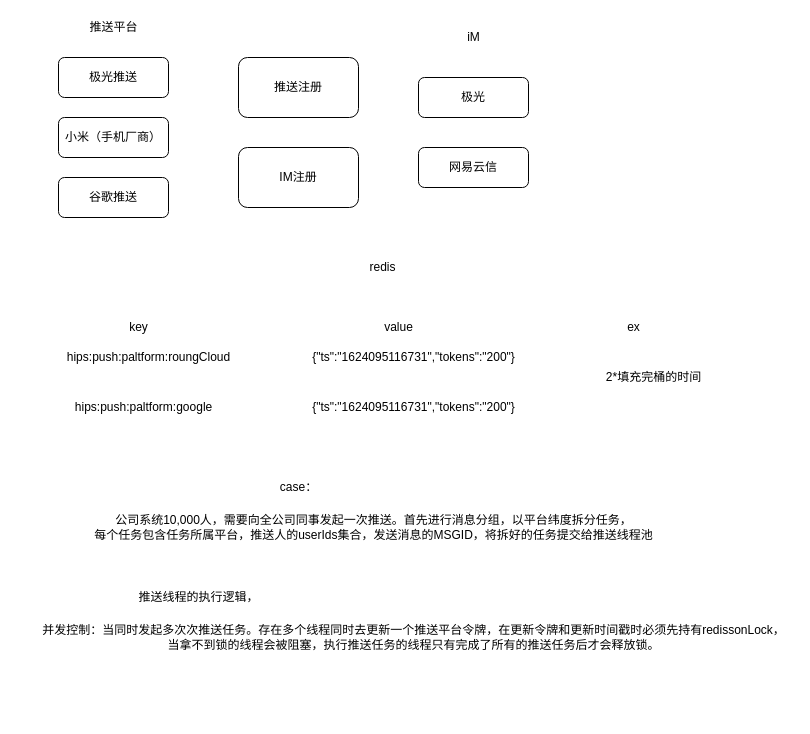
Before: page "推送限流器设计" (2 of 3) of packageQueue.drawio in eru97/draw-io, a draw.io diagram. Source tidied: cells renumbered, new cells numbered last; positions are measured from the earlier drawing's top-left corner, leaving out a move shared by most shapes. Both pictures are drawn from the tidied source at 100%, with x=0, y=0 at pixel (33, 17).
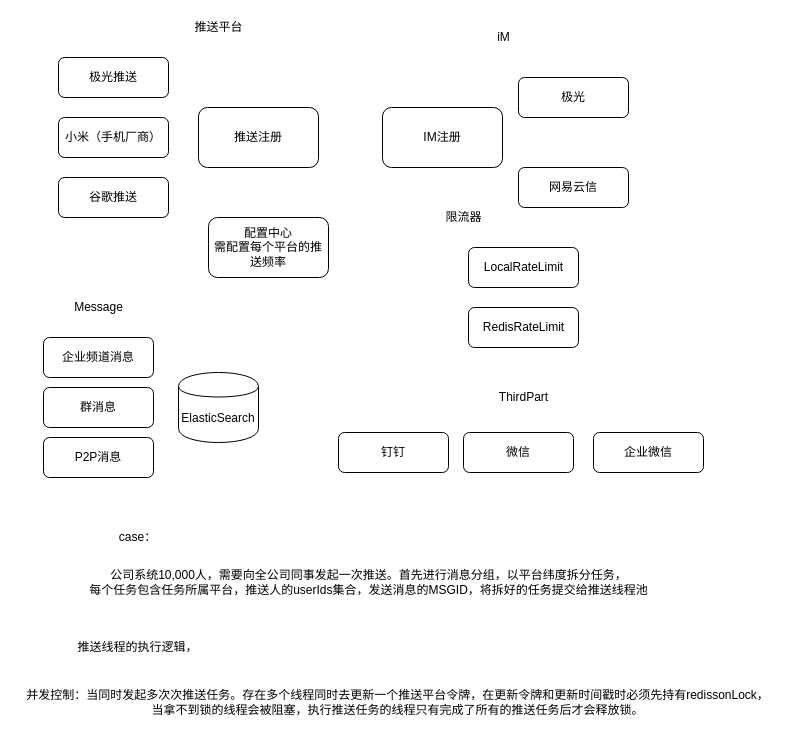
The same page after the edit.

Diff of the diagram source:
```diff
@@
+    <mxCell id="24" style="rounded=1;whiteSpace=wrap;html=1;" parent="1" vertex="1">
+      <mxGeometry x="435" y="290" width="110" height="40" as="geometry" />
+    </mxCell>
@@
     <mxCell id="5" value="推送平台" style="text;html=1;align=center;verticalAlign=middle;strokeColor=none;" parent="1" vertex="1">
-      <mxGeometry x="50" width="60" height="20" as="geometry" />
+      <mxGeometry x="155" width="60" height="20" as="geometry" />
     </mxCell>
     <mxCell id="6" value="推送注册" style="rounded=1;whiteSpace=wrap;html=1;" parent="1" vertex="1">
-      <mxGeometry x="205" y="40" width="120" height="60" as="geometry" />
+      <mxGeometry x="165" y="90" width="120" height="60" as="geometry" />
     </mxCell>
     <mxCell id="7" value="IM注册" style="rounded=1;whiteSpace=wrap;html=1;" parent="1" vertex="1">
-      <mxGeometry x="205" y="130" width="120" height="60" as="geometry" />
+      <mxGeometry x="349" y="90" width="120" height="60" as="geometry" />
     </mxCell>
     <mxCell id="8" value="极光" style="rounded=1;whiteSpace=wrap;html=1;" parent="1" vertex="1">
-      <mxGeometry x="385" y="60" width="110" height="40" as="geometry" />
+      <mxGeometry x="485" y="60" width="110" height="40" as="geometry" />
     </mxCell>
     <mxCell id="9" value="网易云信" style="rounded=1;whiteSpace=wrap;html=1;" parent="1" vertex="1">
-      <mxGeometry x="385" y="130" width="110" height="40" as="geometry" />
+      <mxGeometry x="485" y="150" width="110" height="40" as="geometry" />
     </mxCell>
     <mxCell id="10" value="iM" style="text;html=1;align=center;verticalAlign=middle;strokeColor=none;" parent="1" vertex="1">
-      <mxGeometry x="425" y="10" width="30" height="20" as="geometry" />
+      <mxGeometry x="455" y="10" width="30" height="20" as="geometry" />
     </mxCell>
-    <mxCell id="11" value="redis" style="text;html=1;align=center;verticalAlign=middle;strokeColor=none;" parent="1" vertex="1">
-      <mxGeometry x="329" y="240" width="40" height="20" as="geometry" />
-    </mxCell>
-    <mxCell id="12" value="hips:push:paltform:roungCloud" style="text;html=1;align=center;verticalAlign=middle;strokeColor=none;" parent="1" vertex="1">
-      <mxGeometry x="25" y="330" width="180" height="20" as="geometry" />
-    </mxCell>
-    <mxCell id="13" value="hips:push:paltform:google" style="text;html=1;align=center;verticalAlign=middle;strokeColor=none;" parent="1" vertex="1">
-      <mxGeometry x="35" y="380" width="150" height="20" as="geometry" />
-    </mxCell>
-    <mxCell id="14" value="{&quot;ts&quot;:&quot;1624095116731&quot;,&quot;tokens&quot;:&quot;200&quot;}" style="text;html=1;align=center;verticalAlign=middle;strokeColor=none;" parent="1" vertex="1">
-      <mxGeometry x="270" y="330" width="220" height="20" as="geometry" />
-    </mxCell>
-    <mxCell id="15" value="{&quot;ts&quot;:&quot;1624095116731&quot;,&quot;tokens&quot;:&quot;200&quot;}" style="text;html=1;align=center;verticalAlign=middle;strokeColor=none;" parent="1" vertex="1">
-      <mxGeometry x="270" y="380" width="220" height="20" as="geometry" />
-    </mxCell>
     <mxCell id="16" value="公司系统10,000人，需要向全公司同事发起一次推送。首先进行消息分组，以平台纬度拆分任务，&lt;br&gt;每个任务包含任务所属平台，推送人的userIds集合，发送消息的MSGID，将拆好的任务提交给推送线程池" style="text;html=1;align=center;verticalAlign=middle;strokeColor=none;" parent="1" vertex="1">
-      <mxGeometry x="55" y="495" width="570" height="30" as="geometry" />
+      <mxGeometry x="50" y="550" width="570" height="30" as="geometry" />
     </mxCell>
     <mxCell id="17" value="case：" style="text;html=1;align=center;verticalAlign=middle;strokeColor=none;" parent="1" vertex="1">
-      <mxGeometry x="240" y="460" width="50" height="20" as="geometry" />
+      <mxGeometry x="79" y="510" width="50" height="20" as="geometry" />
     </mxCell>
     <mxCell id="18" value="推送线程的执行逻辑，" style="text;html=1;align=center;verticalAlign=middle;strokeColor=none;" parent="1" vertex="1">
-      <mxGeometry x="95" y="570" width="140" height="20" as="geometry" />
+      <mxGeometry x="34" y="620" width="140" height="20" as="geometry" />
     </mxCell>
     <mxCell id="19" value="并发控制：当同时发起多次次推送任务。存在多个线程同时去更新一个推送平台令牌，在更新令牌和更新时间戳时必须先持有redissonLock，&lt;br&gt;当拿不到锁的线程会被阻塞，执行推送任务的线程只有完成了所有的推送任务后才会释放锁。" style="text;html=1;align=center;verticalAlign=middle;strokeColor=none;" parent="1" vertex="1">
-      <mxGeometry y="605" width="760" height="30" as="geometry" />
+      <mxGeometry x="-16" y="670" width="760" height="30" as="geometry" />
     </mxCell>
-    <mxCell id="20" value="2*填充完桶的时间" style="text;html=1;align=center;verticalAlign=middle;strokeColor=none;" parent="1" vertex="1">
-      <mxGeometry x="565" y="350" width="110" height="20" as="geometry" />
-    </mxCell>
-    <mxCell id="21" value="ex" style="text;html=1;align=center;verticalAlign=middle;strokeColor=none;" parent="1" vertex="1">
-      <mxGeometry x="585" y="300" width="30" height="20" as="geometry" />
-    </mxCell>
-    <mxCell id="22" value="key" style="text;html=1;align=center;verticalAlign=middle;strokeColor=none;" parent="1" vertex="1">
-      <mxGeometry x="90" y="300" width="30" height="20" as="geometry" />
-    </mxCell>
-    <mxCell id="23" value="value" style="text;html=1;align=center;verticalAlign=middle;strokeColor=none;" parent="1" vertex="1">
-      <mxGeometry x="345" y="300" width="40" height="20" as="geometry" />
-    </mxCell>
+    <mxCell id="25" value="配置中心&lt;br&gt;需配置每个平台的推送频率" style="rounded=1;whiteSpace=wrap;html=1;" parent="1" vertex="1">
+      <mxGeometry x="175" y="200" width="120" height="60" as="geometry" />
+    </mxCell>
+    <mxCell id="26" value="ElasticSearch" style="shape=cylinder;whiteSpace=wrap;html=1;boundedLbl=1;backgroundOutline=1;" parent="1" vertex="1">
+      <mxGeometry x="145" y="355" width="80" height="70" as="geometry" />
+    </mxCell>
+    <mxCell id="27" style="rounded=1;whiteSpace=wrap;html=1;" parent="1" vertex="1">
+      <mxGeometry x="435" y="230" width="110" height="40" as="geometry" />
+    </mxCell>
+    <mxCell id="28" value="限流器" style="text;html=1;align=center;verticalAlign=middle;strokeColor=none;" parent="1" vertex="1">
+      <mxGeometry x="405" y="190" width="50" height="20" as="geometry" />
+    </mxCell>
+    <mxCell id="29" value="LocalRateLimit" style="text;html=1;align=center;verticalAlign=middle;strokeColor=none;" parent="1" vertex="1">
+      <mxGeometry x="445" y="240" width="90" height="20" as="geometry" />
+    </mxCell>
+    <mxCell id="30" value="RedisRateLimit" style="text;html=1;align=center;verticalAlign=middle;strokeColor=none;" parent="1" vertex="1">
+      <mxGeometry x="440" y="300" width="100" height="20" as="geometry" />
+    </mxCell>
+    <mxCell id="31" value="Message" style="text;html=1;align=center;verticalAlign=middle;strokeColor=none;" parent="1" vertex="1">
+      <mxGeometry x="35" y="280" width="60" height="20" as="geometry" />
+    </mxCell>
+    <mxCell id="32" value="企业频道消息" style="rounded=1;whiteSpace=wrap;html=1;" parent="1" vertex="1">
+      <mxGeometry x="10" y="320" width="110" height="40" as="geometry" />
+    </mxCell>
+    <mxCell id="33" value="群消息" style="rounded=1;whiteSpace=wrap;html=1;" parent="1" vertex="1">
+      <mxGeometry x="10" y="370" width="110" height="40" as="geometry" />
+    </mxCell>
+    <mxCell id="34" value="P2P消息" style="rounded=1;whiteSpace=wrap;html=1;" parent="1" vertex="1">
+      <mxGeometry x="10" y="420" width="110" height="40" as="geometry" />
+    </mxCell>
+    <mxCell id="35" value="ThirdPart" style="text;html=1;align=center;verticalAlign=middle;strokeColor=none;" parent="1" vertex="1">
+      <mxGeometry x="460" y="370" width="60" height="20" as="geometry" />
+    </mxCell>
+    <mxCell id="36" value="企业微信" style="rounded=1;whiteSpace=wrap;html=1;" parent="1" vertex="1">
+      <mxGeometry x="560" y="415" width="110" height="40" as="geometry" />
+    </mxCell>
+    <mxCell id="37" value="钉钉" style="rounded=1;whiteSpace=wrap;html=1;" parent="1" vertex="1">
+      <mxGeometry x="305" y="415" width="110" height="40" as="geometry" />
+    </mxCell>
+    <mxCell id="38" value="微信" style="rounded=1;whiteSpace=wrap;html=1;" parent="1" vertex="1">
+      <mxGeometry x="430" y="415" width="110" height="40" as="geometry" />
+    </mxCell>
```
